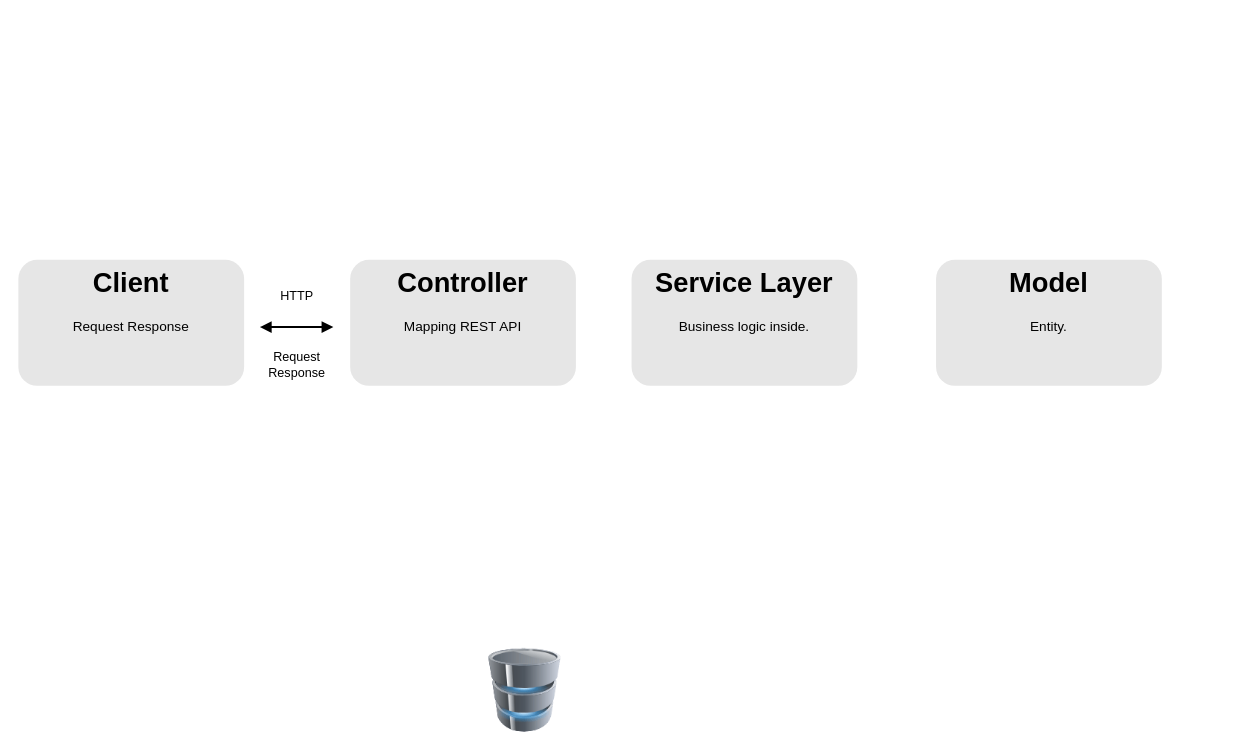
Earlier version of the draw.io diagram RestAPIArchitecture/Spring Boot Flow Architecture.drawio (jarisiber/Flow-architecture). Source tidied: cells renumbered, new cells numbered last; positions are measured from the earlier drawing's top-left corner, leaving out a move shared by most shapes. Both pictures are drawn from the tidied source at 105%, with x=0, y=0 at pixel (18, 259).
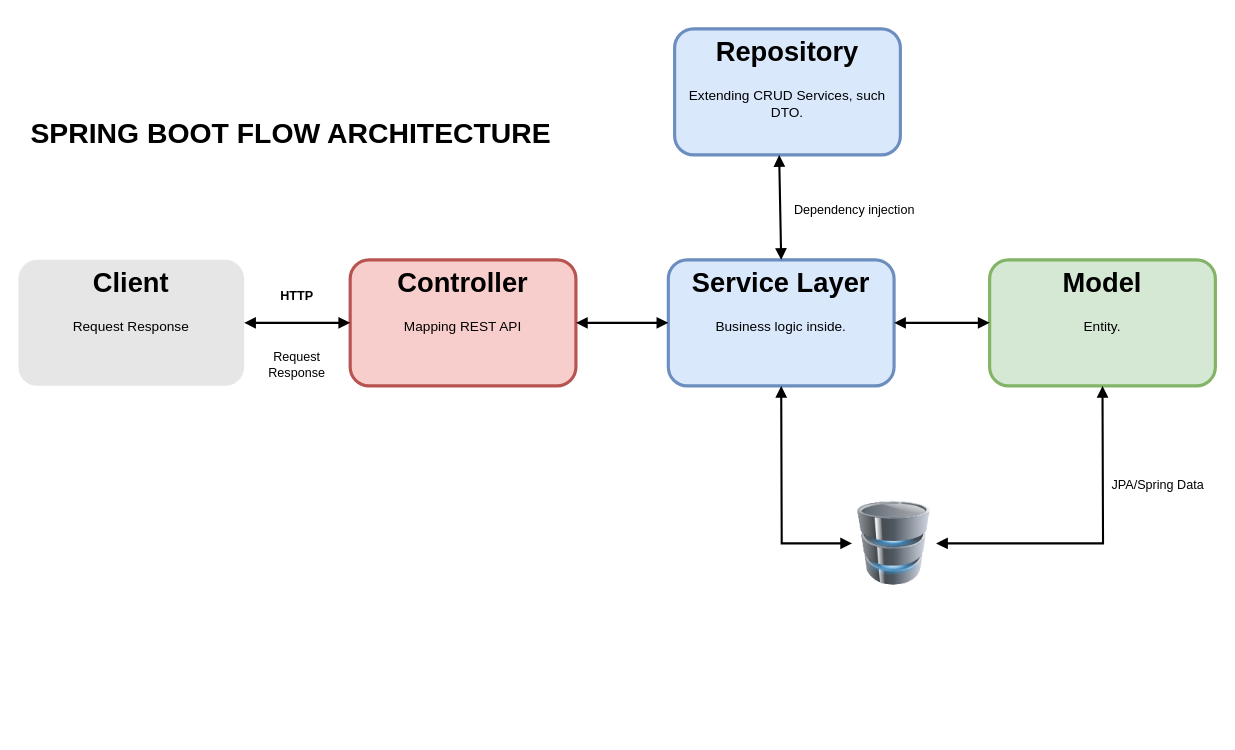
The same diagram, later.

The change refers to these unchanged cells:
```xml
<mxCell id="2" value="&lt;h1&gt;Client&lt;/h1&gt;&lt;p&gt;Request Response&lt;/p&gt;" style="text;html=1;spacing=5;spacingTop=-20;whiteSpace=wrap;overflow=hidden;strokeColor=none;strokeWidth=3;fillColor=#E6E6E6;fontSize=13;fontColor=#000000;align=center;rounded=1;" parent="1" vertex="1">
  <mxGeometry width="215" height="120" as="geometry" />
</mxCell>
```

What changed in the source:
```diff
@@
-    <mxCell id="3" value="&lt;h1&gt;Controller&lt;/h1&gt;&lt;p&gt;Mapping REST API&lt;/p&gt;" style="text;html=1;spacing=5;spacingTop=-20;whiteSpace=wrap;overflow=hidden;strokeColor=none;strokeWidth=3;fillColor=#E6E6E6;fontSize=13;fontColor=#000000;align=center;rounded=1;" parent="1" vertex="1">
+    <mxCell id="3" value="&lt;h1&gt;Controller&lt;/h1&gt;&lt;p&gt;Mapping REST API&lt;/p&gt;" style="text;html=1;spacing=5;spacingTop=-20;whiteSpace=wrap;overflow=hidden;strokeColor=#b85450;strokeWidth=3;fillColor=#f8cecc;fontSize=13;align=center;rounded=1;" parent="1" vertex="1">
       <mxGeometry x="316" width="215" height="120" as="geometry" />
     </mxCell>
-    <mxCell id="4" value="&lt;h1&gt;Service Layer&lt;/h1&gt;&lt;p&gt;Business logic inside.&lt;/p&gt;" style="text;html=1;spacing=5;spacingTop=-20;whiteSpace=wrap;overflow=hidden;strokeColor=none;strokeWidth=3;fillColor=#E6E6E6;fontSize=13;fontColor=#000000;align=center;rounded=1;" parent="1" vertex="1">
-      <mxGeometry x="584" width="215" height="120" as="geometry" />
+    <mxCell id="4" value="&lt;h1&gt;Service Layer&lt;/h1&gt;&lt;p&gt;Business logic inside.&lt;/p&gt;" style="text;html=1;spacing=5;spacingTop=-20;whiteSpace=wrap;overflow=hidden;strokeColor=#6c8ebf;strokeWidth=3;fillColor=#dae8fc;fontSize=13;align=center;rounded=1;" parent="1" vertex="1">
+      <mxGeometry x="619" width="215" height="120" as="geometry" />
     </mxCell>
-    <mxCell id="5" style="endArrow=block;startArrow=block;endFill=1;startFill=1;html=1;rounded=0;strokeWidth=2;" parent="1" edge="1">
-      <mxGeometry relative="1" as="geometry">
-        <mxPoint x="230" y="64" as="sourcePoint" />
-        <mxPoint x="300" y="64" as="targetPoint" />
-      </mxGeometry>
+    <mxCell id="5" style="endArrow=block;startArrow=block;endFill=1;startFill=1;html=1;rounded=0;strokeWidth=2;entryX=0;entryY=0.5;entryDx=0;entryDy=0;" parent="1" edge="1" source="2" target="3">
+      <mxGeometry relative="1" as="geometry" />
     </mxCell>
     <mxCell id="6" style="image;html=1;image=img/lib/clip_art/computers/Database_128x128.png;" parent="1" vertex="1">
-      <mxGeometry x="442.5" y="370" width="80" height="80" as="geometry" />
+      <mxGeometry x="794" y="230" width="80" height="80" as="geometry" />
     </mxCell>
-    <mxCell id="7" value="&lt;h1&gt;Model&lt;/h1&gt;&lt;p&gt;Entity.&lt;/p&gt;" style="text;html=1;spacing=5;spacingTop=-20;whiteSpace=wrap;overflow=hidden;strokeColor=none;strokeWidth=3;fillColor=#E6E6E6;fontSize=13;fontColor=#000000;align=center;rounded=1;" parent="1" vertex="1">
-      <mxGeometry x="874" width="215" height="120" as="geometry" />
+    <mxCell id="7" value="&lt;h1&gt;Model&lt;/h1&gt;&lt;p&gt;Entity.&lt;/p&gt;" style="text;html=1;spacing=5;spacingTop=-20;whiteSpace=wrap;overflow=hidden;strokeColor=#82b366;strokeWidth=3;fillColor=#d5e8d4;fontSize=13;align=center;rounded=1;" parent="1" vertex="1">
+      <mxGeometry x="925" width="215" height="120" as="geometry" />
     </mxCell>
-    <mxCell id="8" value="HTTP" style="text;html=1;align=center;verticalAlign=middle;strokeColor=none;fillColor=none;" parent="1" vertex="1">
+    <mxCell id="8" value="HTTP" style="text;html=1;align=center;verticalAlign=middle;strokeColor=none;fillColor=none;fontStyle=1;fontSize=12;" parent="1" vertex="1">
       <mxGeometry x="240" y="20" width="50" height="30" as="geometry" />
     </mxCell>
@@
+    <mxCell id="10" value="&lt;h1&gt;Repository&lt;/h1&gt;&lt;p&gt;Extending CRUD Services, such DTO.&lt;/p&gt;" style="text;html=1;spacing=5;spacingTop=-20;whiteSpace=wrap;overflow=hidden;strokeColor=#6c8ebf;strokeWidth=3;fillColor=#dae8fc;fontSize=13;align=center;rounded=1;" parent="1" vertex="1">
+      <mxGeometry x="625" y="-220" width="215" height="120" as="geometry" />
+    </mxCell>
+    <mxCell id="11" style="endArrow=block;startArrow=block;endFill=1;startFill=1;html=1;rounded=0;strokeWidth=2;exitX=1;exitY=0.5;exitDx=0;exitDy=0;entryX=0;entryY=0.5;entryDx=0;entryDy=0;" parent="1" edge="1" source="3" target="4">
+      <mxGeometry relative="1" as="geometry" />
+    </mxCell>
+    <mxCell id="12" style="endArrow=block;startArrow=block;endFill=1;startFill=1;html=1;rounded=0;strokeWidth=2;exitX=1;exitY=0.5;exitDx=0;exitDy=0;entryX=0;entryY=0.5;entryDx=0;entryDy=0;" parent="1" edge="1" source="4" target="7">
+      <mxGeometry relative="1" as="geometry" />
+    </mxCell>
+    <mxCell id="13" style="endArrow=block;startArrow=block;endFill=1;startFill=1;html=1;rounded=0;strokeWidth=2;entryX=0.5;entryY=1;entryDx=0;entryDy=0;exitX=1;exitY=0.5;exitDx=0;exitDy=0;" parent="1" edge="1" source="6" target="7">
+      <mxGeometry relative="1" as="geometry">
+        <Array as="points">
+          <mxPoint x="1033" y="270" />
+        </Array>
+      </mxGeometry>
+    </mxCell>
+    <mxCell id="14" style="endArrow=block;startArrow=block;endFill=1;startFill=1;html=1;rounded=0;strokeWidth=2;exitX=0.463;exitY=1.001;exitDx=0;exitDy=0;entryX=0.5;entryY=0;entryDx=0;entryDy=0;exitPerimeter=0;" parent="1" edge="1" source="10" target="4">
+      <mxGeometry relative="1" as="geometry" />
+    </mxCell>
+    <mxCell id="15" value="JPA/Spring Data" style="text;html=1;align=center;verticalAlign=middle;strokeColor=none;fillColor=none;" parent="1" vertex="1">
+      <mxGeometry x="1030" y="200" width="110" height="30" as="geometry" />
+    </mxCell>
+    <mxCell id="16" style="endArrow=block;startArrow=block;endFill=1;startFill=1;html=1;rounded=0;strokeWidth=2;exitX=0.5;exitY=1;exitDx=0;exitDy=0;" parent="1" edge="1" source="4" target="6">
+      <mxGeometry relative="1" as="geometry">
+        <Array as="points">
+          <mxPoint x="727" y="270" />
+        </Array>
+      </mxGeometry>
+    </mxCell>
+    <mxCell id="17" value="Dependency injection" style="text;html=1;align=center;verticalAlign=middle;strokeColor=none;fillColor=none;" parent="1" vertex="1">
+      <mxGeometry x="726" y="-62" width="140" height="30" as="geometry" />
+    </mxCell>
+    <mxCell id="18" value="SPRING BOOT FLOW ARCHITECTURE" style="text;html=1;align=left;verticalAlign=middle;strokeColor=none;fillColor=none;fontSize=27;fontStyle=1;horizontal=1;" parent="1" vertex="1">
+      <mxGeometry x="10" y="-145" width="510" height="50" as="geometry" />
+    </mxCell>
```
